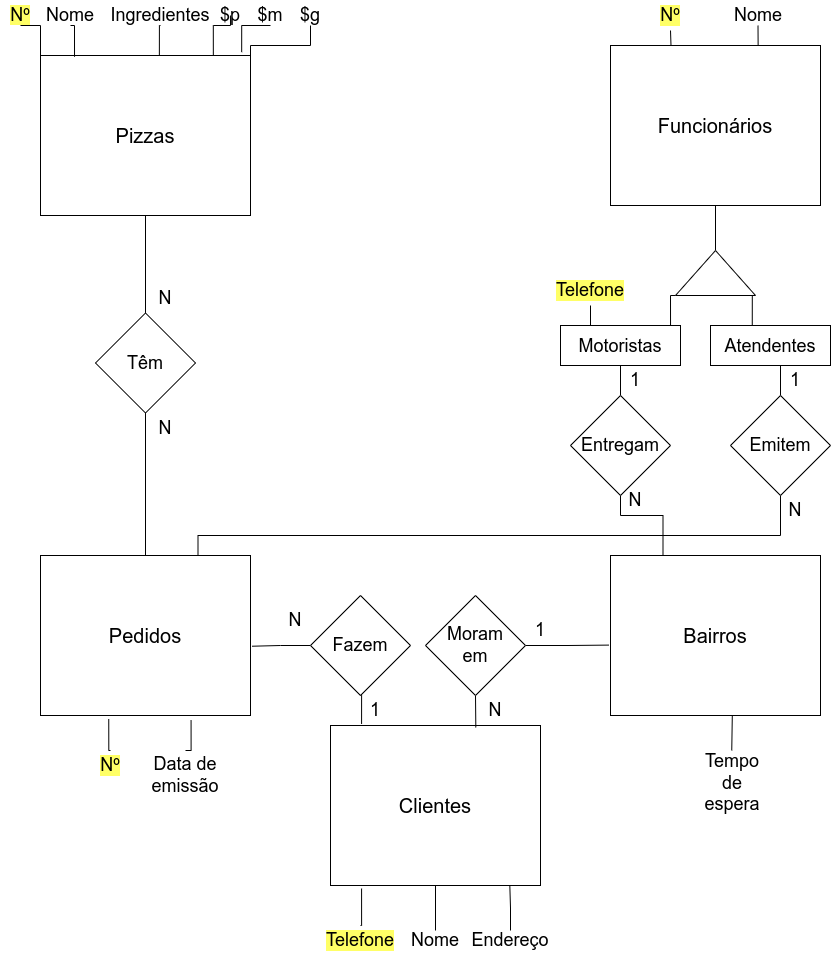
This is Lists/List01/Exec01/Pizzeria.drawio.png from RenanGAS/Database-1, a draw.io export, as it was before one commit. Source tidied: cells renumbered, new cells last; positions are measured from the earlier drawing's top-left corner, leaving out a move shared by most shapes.
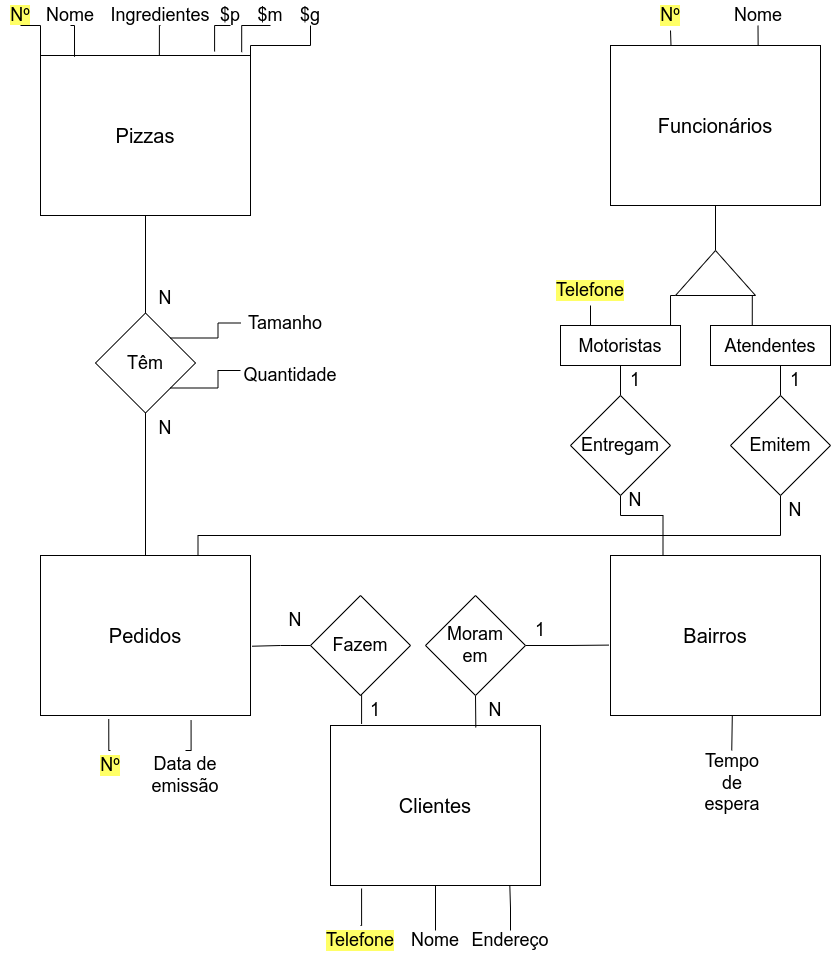
The same diagram one commit later.

Commit message:
fix: update the Pizzeria's model image

The edit, as a diff of the source:
```diff
@@ -78,15 +78,12 @@
     <mxCell id="23" value="Ingredientes" style="text;html=1;strokeColor=none;fillColor=none;align=center;verticalAlign=middle;whiteSpace=wrap;rounded=0;fontSize=18;" parent="1" vertex="1">
       <mxGeometry x="140" y="5" width="40" height="20" as="geometry" />
     </mxCell>
-    <mxCell id="24" style="edgeStyle=orthogonalEdgeStyle;rounded=0;jettySize=auto;html=1;exitX=0.5;exitY=1;exitDx=0;exitDy=0;entryX=0.823;entryY=0.001;entryDx=0;entryDy=0;entryPerimeter=0;fontSize=18;endArrow=none;endFill=0;" parent="1" edge="1" source="25" target="2">
+    <mxCell id="24" style="edgeStyle=orthogonalEdgeStyle;rounded=0;jettySize=auto;html=1;exitX=0.5;exitY=1;exitDx=0;exitDy=0;entryX=0.829;entryY=-0.025;entryDx=0;entryDy=0;entryPerimeter=0;endArrow=none;endFill=0;" parent="1" edge="1" source="25" target="2">
       <mxGeometry relative="1" as="geometry" />
     </mxCell>
     <mxCell id="25" value="$p" style="text;html=1;strokeColor=none;fillColor=none;align=center;verticalAlign=middle;whiteSpace=wrap;rounded=0;fontSize=18;" parent="1" vertex="1">
       <mxGeometry x="210" y="5" width="40" height="20" as="geometry" />
     </mxCell>
-    <mxCell id="26" style="edgeStyle=orthogonalEdgeStyle;rounded=0;orthogonalLoop=1;jettySize=auto;html=1;exitX=0.5;exitY=1;exitDx=0;exitDy=0;entryX=0.499;entryY=0.5;entryDx=0;entryDy=0;entryPerimeter=0;fontSize=18;endArrow=none;endFill=0;" parent="1" edge="1" source="25" target="25">
-      <mxGeometry relative="1" as="geometry" />
-    </mxCell>
     <mxCell id="27" style="edgeStyle=orthogonalEdgeStyle;rounded=0;jettySize=auto;html=1;exitX=0.5;exitY=1;exitDx=0;exitDy=0;entryX=0.958;entryY=-0.021;entryDx=0;entryDy=0;entryPerimeter=0;fontSize=18;endArrow=none;endFill=0;" parent="1" edge="1" source="28" target="2">
       <mxGeometry relative="1" as="geometry" />
     </mxCell>
@@ -215,5 +212,17 @@
     <mxCell id="68" value="N" style="text;html=1;strokeColor=none;fillColor=none;align=center;verticalAlign=middle;whiteSpace=wrap;rounded=0;labelBackgroundColor=#FFFFFF;fontSize=18;" parent="1" vertex="1">
       <mxGeometry x="780" y="495" width="30" height="30" as="geometry" />
     </mxCell>
+    <mxCell id="69" style="edgeStyle=orthogonalEdgeStyle;rounded=0;jettySize=auto;html=1;exitX=0;exitY=0.5;exitDx=0;exitDy=0;entryX=1;entryY=0;entryDx=0;entryDy=0;endArrow=none;endFill=0;" parent="1" edge="1" source="70" target="54">
+      <mxGeometry relative="1" as="geometry" />
+    </mxCell>
+    <mxCell id="70" value="Tamanho" style="text;html=1;strokeColor=none;fillColor=none;align=center;verticalAlign=middle;whiteSpace=wrap;rounded=0;fontSize=18;" parent="1" vertex="1">
+      <mxGeometry x="240" y="312.5" width="90" height="20" as="geometry" />
+    </mxCell>
+    <mxCell id="71" style="edgeStyle=orthogonalEdgeStyle;rounded=0;jettySize=auto;html=1;exitX=0;exitY=0.25;exitDx=0;exitDy=0;entryX=1;entryY=1;entryDx=0;entryDy=0;endArrow=none;endFill=0;" parent="1" edge="1" source="72" target="54">
+      <mxGeometry relative="1" as="geometry" />
+    </mxCell>
+    <mxCell id="72" value="Quantidade" style="text;html=1;strokeColor=none;fillColor=none;align=center;verticalAlign=middle;whiteSpace=wrap;rounded=0;fontSize=18;" parent="1" vertex="1">
+      <mxGeometry x="240" y="365" width="100" height="20" as="geometry" />
+    </mxCell>
   </root>
 </mxGraphModel>
```
